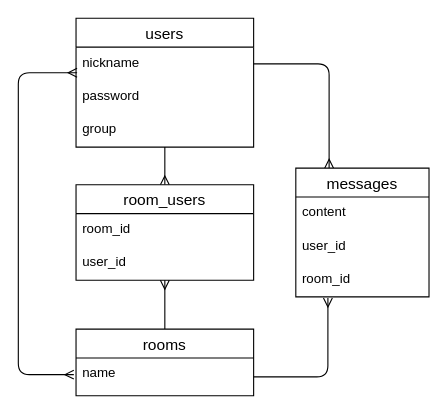
aki2314/chatroom keeps this draw.io diagram as ER図.dio. Above is the earlier version. Source tidied: cells renumbered, new cells numbered last; positions are measured from the earlier drawing's top-left corner, leaving out a move shared by most shapes. Both pictures are drawn from the tidied source at 111%, with x=0, y=0 at pixel (18, 18).
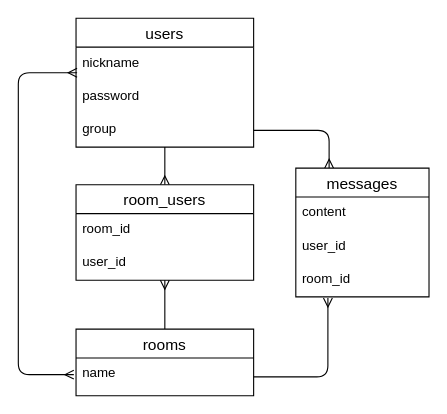
Above is the later version.

Unchanged cells that the change refers to:
```xml
<mxCell id="3" value="nickname" style="text;strokeColor=none;fillColor=none;spacingLeft=4;spacingRight=4;overflow=hidden;points=[[0,0.5],[1,0.5]];portConstraint=eastwest;fontSize=12;" parent="2" vertex="1">
  <mxGeometry y="26" width="160" height="30" as="geometry" />
</mxCell>
<mxCell id="5" value="group" style="text;strokeColor=none;fillColor=none;spacingLeft=4;spacingRight=4;overflow=hidden;points=[[0,0.5],[1,0.5]];portConstraint=eastwest;fontSize=12;" parent="2" vertex="1">
  <mxGeometry y="86" width="160" height="30" as="geometry" />
</mxCell>
<mxCell id="10" value="messages" style="swimlane;fontStyle=0;horizontal=1;startSize=26;align=center;fontSize=14;" parent="1" vertex="1">
  <mxGeometry x="250" y="135" width="120" height="116" as="geometry" />
</mxCell>
```

The edit, as a diff of the source:
```diff
@@
-    <mxCell id="9" style="edgeStyle=orthogonalEdgeStyle;html=1;exitX=0.25;exitY=0;exitDx=0;exitDy=0;entryX=1;entryY=0.5;entryDx=0;entryDy=0;startArrow=ERmany;startFill=0;endArrow=none;endFill=0;" parent="1" edge="1" source="10" target="3">
-      <mxGeometry relative="1" as="geometry" />
+    <mxCell id="9" style="edgeStyle=orthogonalEdgeStyle;html=1;exitX=0.25;exitY=0;exitDx=0;exitDy=0;entryX=1;entryY=0.5;entryDx=0;entryDy=0;startArrow=ERmany;startFill=0;endArrow=none;endFill=0;" parent="1" edge="1" source="10" target="5">
+      <mxGeometry relative="1" as="geometry">
+        <Array as="points">
+          <mxPoint x="280" y="101" />
+        </Array>
+      </mxGeometry>
     </mxCell>
```
